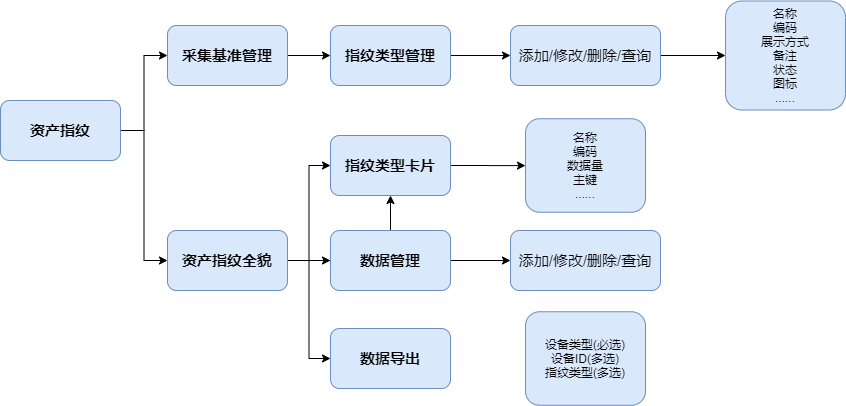
This is asset-brain/item-fl.png from scdays/asset, a draw.io export, as it was before one commit. Source tidied: cells renumbered, new cells last; positions are measured from the earlier drawing's top-left corner, leaving out a move shared by most shapes.
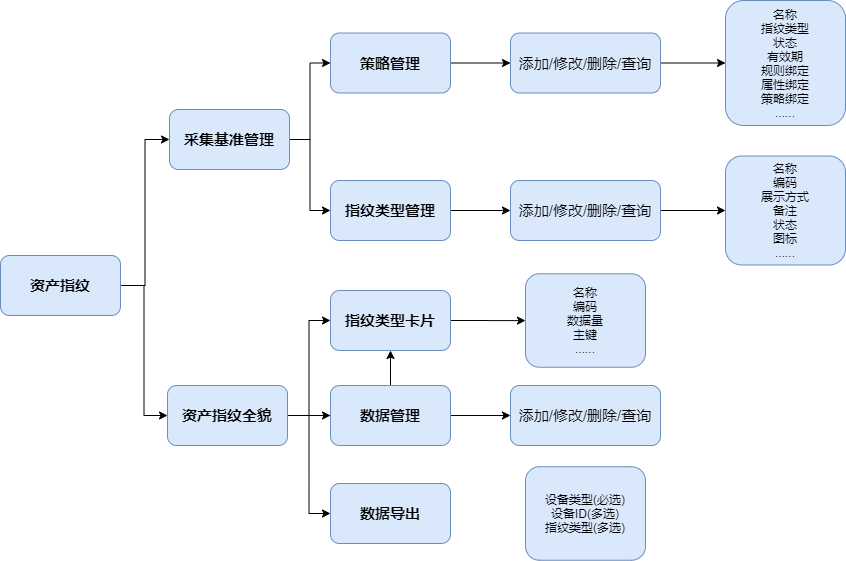
After the commit.

What changed in the source:
```diff
@@ -17,11 +17,14 @@
     <mxCell id="6" value="名称&lt;br style=&quot;font-size: 12px;&quot;&gt;编码&lt;br style=&quot;font-size: 12px;&quot;&gt;展示方式&lt;br style=&quot;font-size: 12px;&quot;&gt;备注&lt;br style=&quot;font-size: 12px;&quot;&gt;状态&lt;br style=&quot;font-size: 12px;&quot;&gt;图标&lt;br style=&quot;font-size: 12px;&quot;&gt;......&lt;br style=&quot;font-size: 12px;&quot;&gt;" style="whiteSpace=wrap;html=1;rounded=1;fontSize=12;fontStyle=0;strokeColor=#6c8ebf;fillColor=#dae8fc;" parent="1" vertex="1">
       <mxGeometry x="725" y="0.5" width="120" height="109" as="geometry" />
     </mxCell>
-    <mxCell id="7" style="edgeStyle=orthogonalEdgeStyle;rounded=0;jettySize=auto;html=1;fontSize=12;" parent="1" edge="1" source="8" target="3">
+    <mxCell id="7" style="edgeStyle=orthogonalEdgeStyle;rounded=0;jettySize=auto;html=1;fontSize=12;exitX=1;exitY=0.5;exitDx=0;exitDy=0;entryX=0;entryY=0.5;entryDx=0;entryDy=0;" parent="1" edge="1" source="8" target="3">
       <mxGeometry relative="1" as="geometry" />
     </mxCell>
+    <mxCell id="25" style="edgeStyle=orthogonalEdgeStyle;rounded=0;jettySize=auto;html=1;entryX=0;entryY=0.5;entryDx=0;entryDy=0;" parent="1" edge="1" source="8" target="27">
+      <mxGeometry relative="1" as="geometry" />
+    </mxCell>
     <mxCell id="8" value="采集基准管理" style="rounded=1;whiteSpace=wrap;html=1;fillColor=#dae8fc;strokeColor=#6c8ebf;fontStyle=1;fontSize=15;" parent="1" vertex="1">
-      <mxGeometry x="167" y="25" width="120" height="60" as="geometry" />
+      <mxGeometry x="169" y="-46" width="120" height="60" as="geometry" />
     </mxCell>
     <mxCell id="9" style="edgeStyle=orthogonalEdgeStyle;rounded=0;jettySize=auto;html=1;fontSize=12;" parent="1" edge="1" source="10" target="16">
       <mxGeometry relative="1" as="geometry" />
@@ -71,5 +74,20 @@
     <mxCell id="24" value="设备类型(必选)&lt;br&gt;设备ID(多选)&lt;br&gt;指纹类型(多选)&lt;br&gt;" style="whiteSpace=wrap;html=1;rounded=1;fontSize=12;fontStyle=0;strokeColor=#6c8ebf;fillColor=#dae8fc;" parent="1" vertex="1">
       <mxGeometry x="525" y="311.2" width="120" height="93.5" as="geometry" />
     </mxCell>
+    <mxCell id="26" style="edgeStyle=orthogonalEdgeStyle;rounded=0;jettySize=auto;html=1;fontSize=15;entryX=0;entryY=0.5;entryDx=0;entryDy=0;" parent="1" edge="1" source="27" target="29">
+      <mxGeometry relative="1" as="geometry" />
+    </mxCell>
+    <mxCell id="27" value="策略管理" style="rounded=1;whiteSpace=wrap;html=1;fillColor=#dae8fc;strokeColor=#6c8ebf;fontStyle=1;fontSize=15;" parent="1" vertex="1">
+      <mxGeometry x="330" y="-122.5" width="120" height="60" as="geometry" />
+    </mxCell>
+    <mxCell id="28" style="edgeStyle=orthogonalEdgeStyle;rounded=0;jettySize=auto;html=1;fontSize=15;" parent="1" edge="1" source="29" target="30">
+      <mxGeometry relative="1" as="geometry" />
+    </mxCell>
+    <mxCell id="29" value="添加/修改/删除/查询" style="whiteSpace=wrap;html=1;rounded=1;fontSize=15;fontStyle=0;strokeColor=#6c8ebf;fillColor=#dae8fc;" parent="1" vertex="1">
+      <mxGeometry x="510" y="-122.5" width="150" height="60" as="geometry" />
+    </mxCell>
+    <mxCell id="30" value="名称&lt;br&gt;指纹类型&lt;br&gt;状态&lt;br&gt;有效期&lt;br&gt;规则绑定&lt;br&gt;属性绑定&lt;br&gt;策略绑定&lt;br style=&quot;font-size: 12px&quot;&gt;......" style="whiteSpace=wrap;html=1;rounded=1;fontSize=12;fontStyle=0;strokeColor=#6c8ebf;fillColor=#dae8fc;" parent="1" vertex="1">
+      <mxGeometry x="725" y="-155" width="120" height="125" as="geometry" />
+    </mxCell>
   </root>
 </mxGraphModel>
```
